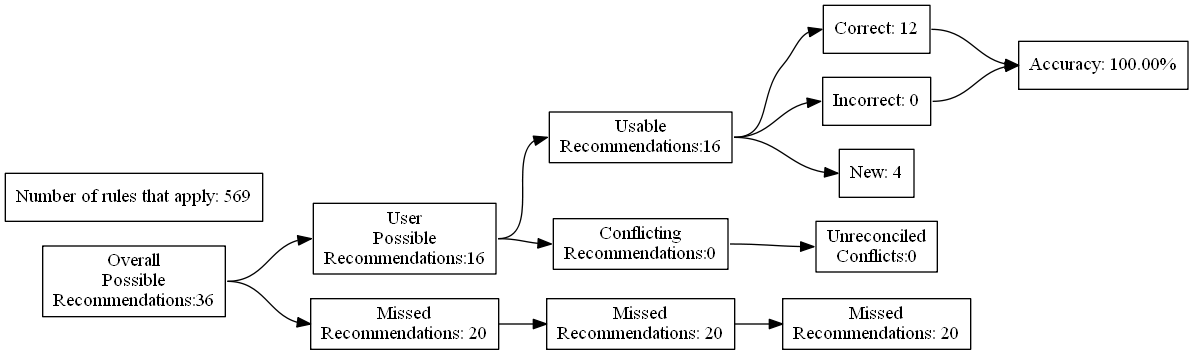
Earlier version of the Graphviz export test_renders/95.gv.png (ZaxR/ibd_diet_analysis). Its source is kept beside it as test_renders/95.gv.
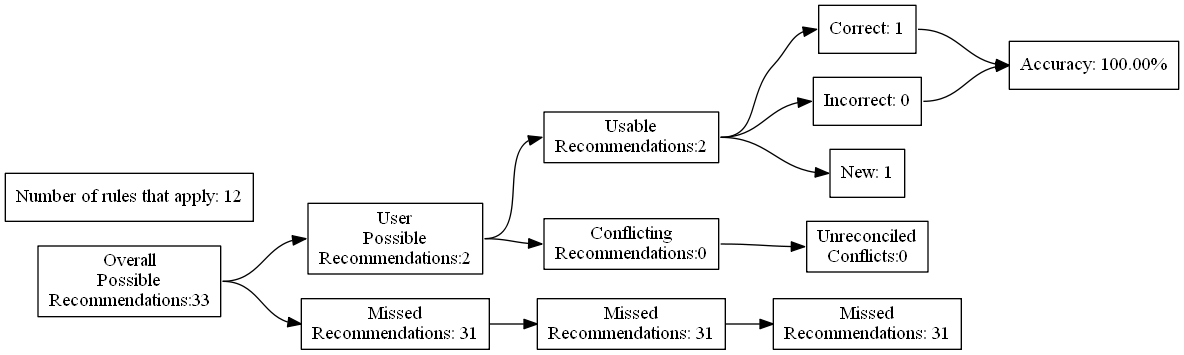
Later version of the same file.

Change to the diagram source:
```diff
@@ -4,27 +4,27 @@
 	edge [headport=w tailport=e]
 		A [label="Overall
 Possible
-Recommendations:36"]
+Recommendations:33"]
 		B [label="User
 Possible
-Recommendations:16"]
+Recommendations:2"]
 		C [label="Missed
-Recommendations: 20"]
+Recommendations: 31"]
 		D [label="Usable
-Recommendations:16"]
+Recommendations:2"]
 		E [label="Conflicting
 Recommendations:0"]
 		J [label="Missed
-Recommendations: 20"]
+Recommendations: 31"]
 		M [label="Unreconciled
 Conflicts:0"]
-		F [label="Correct: 12"]
+		F [label="Correct: 1"]
 		G [label="Incorrect: 0"]
-		H [label="New: 4"]
+		H [label="New: 1"]
 		K [label="Missed
-Recommendations: 20"]
+Recommendations: 31"]
 		I [label="Accuracy: 100.00%"]
-		l [label="Number of rules that apply: 569"]
+		l [label="Number of rules that apply: 12"]
 			A -> B
 			A -> C
 			B -> D
```
